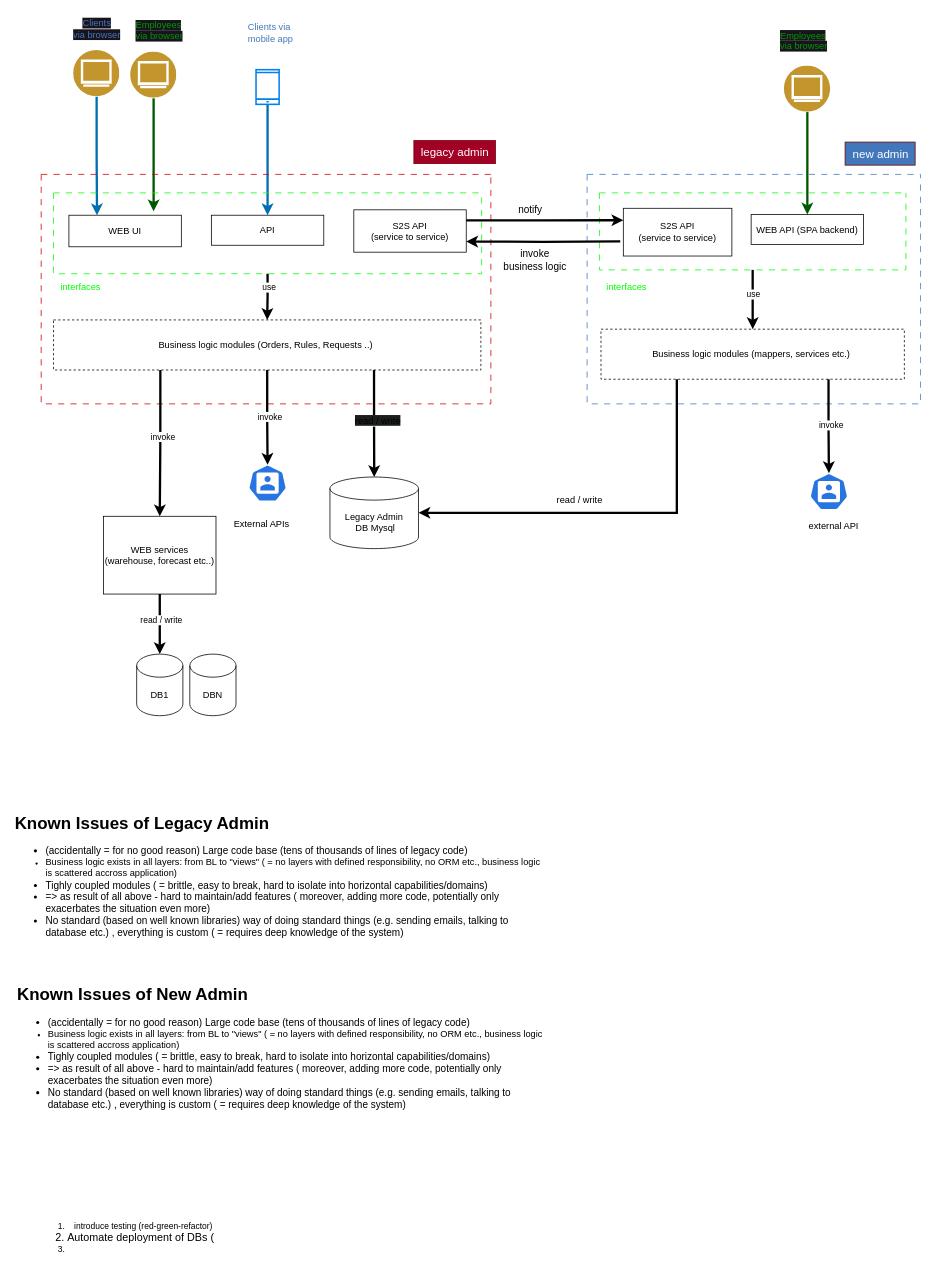
sajonaro/ref-ex keeps this draw.io diagram as page "component view" (2 of 9) of refactoring.drawio. Above is the earlier version. Source tidied: cells renumbered, new cells numbered last; positions are measured from the earlier drawing's top-left corner, leaving out a move shared by most shapes. Both pictures are drawn from the tidied source at 77%, with x=0, y=0 at pixel (13, 13).
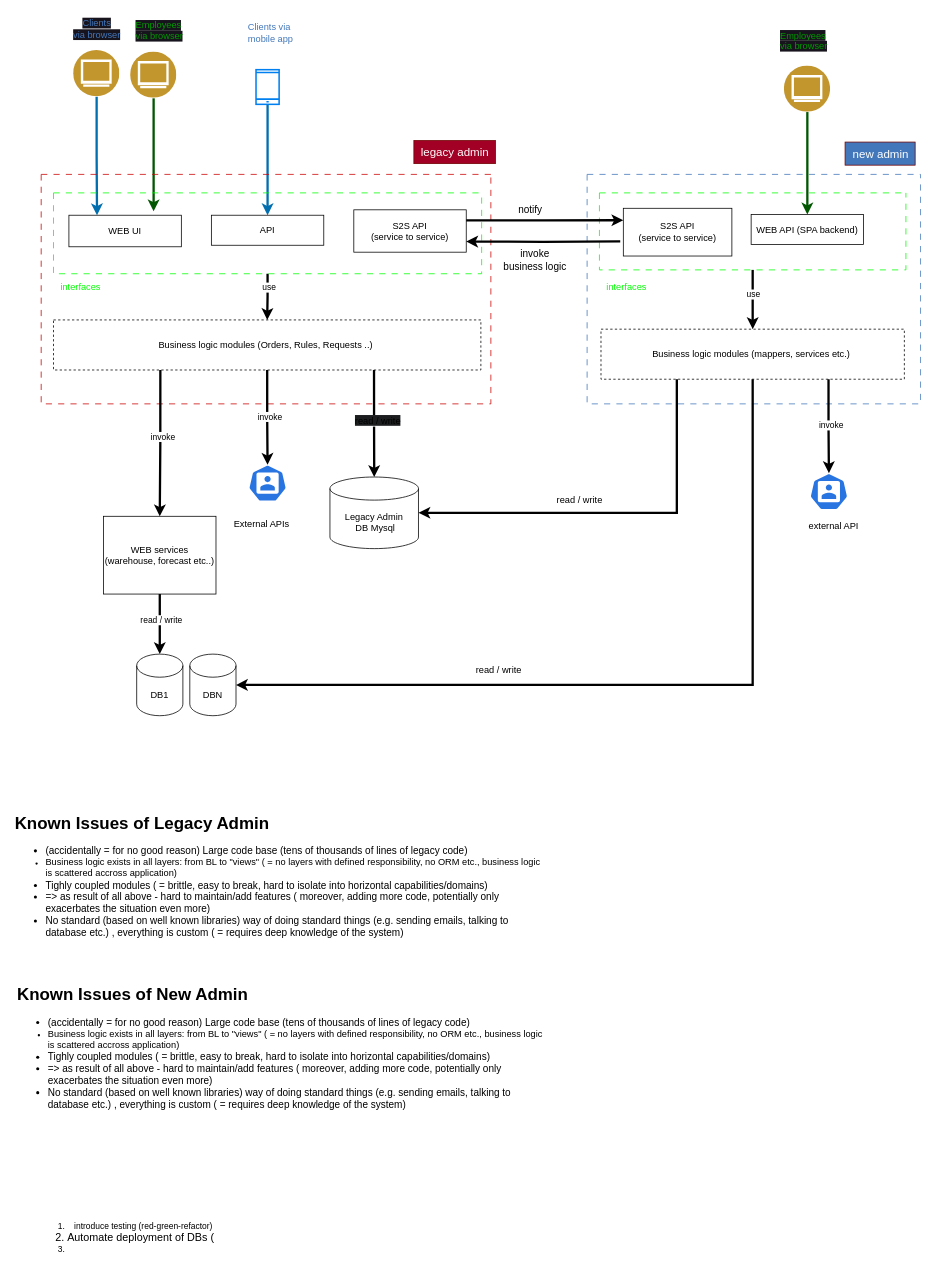
The same diagram, later.

Unchanged cells that the change refers to:
```xml
<mxCell id="40" value="Business logic modules (mappers, services etc.)&amp;nbsp;" style="rounded=0;whiteSpace=wrap;html=1;dashed=1;" parent="1" vertex="1">
  <mxGeometry x="763" y="410" width="394" height="65" as="geometry" />
</mxCell>
<mxCell id="49" value="DBN" style="shape=cylinder3;whiteSpace=wrap;html=1;boundedLbl=1;backgroundOutline=1;size=15;" parent="1" vertex="1">
  <mxGeometry x="229" y="832" width="60" height="80" as="geometry" />
</mxCell>
```

Change to the diagram source:
```diff
@@
+    <mxCell id="60" style="edgeStyle=orthogonalEdgeStyle;rounded=0;jettySize=auto;html=1;entryX=1;entryY=0.5;entryDx=0;entryDy=0;entryPerimeter=0;strokeColor=default;strokeWidth=3;align=center;verticalAlign=middle;fontFamily=Helvetica;fontSize=11;fontColor=default;labelBackgroundColor=default;endArrow=classic;exitX=0.5;exitY=1;exitDx=0;exitDy=0;" parent="1" edge="1" source="40" target="49">
+      <mxGeometry relative="1" as="geometry" />
+    </mxCell>
+    <mxCell id="61" value="read / write" style="edgeLabel;html=1;align=center;verticalAlign=middle;fontFamily=Helvetica;fontSize=12;fontColor=default;labelBackgroundColor=default;" parent="60" vertex="1">
+      <mxGeometry x="0.37" y="-1" relative="1" as="geometry">
+        <mxPoint x="4" y="-19" as="offset" />
+      </mxGeometry>
+    </mxCell>
```
